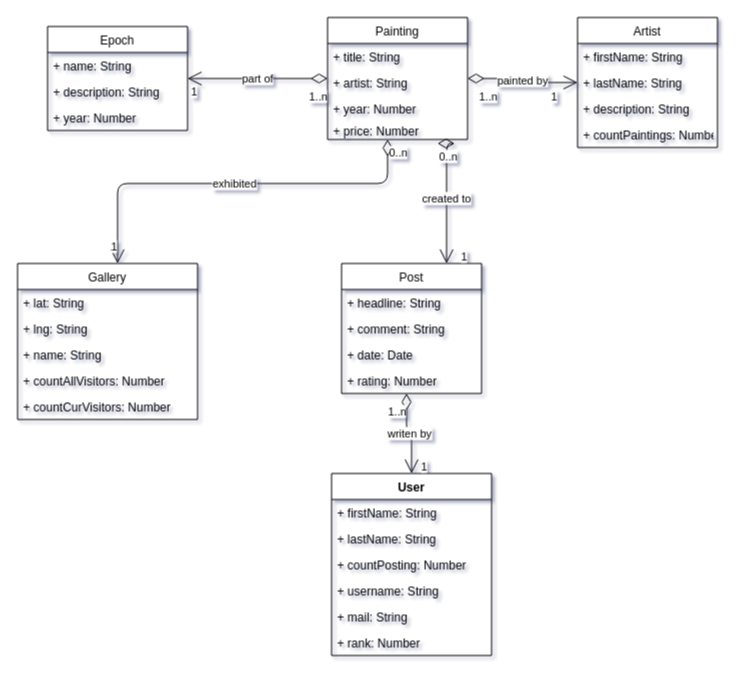
Above: diagrams/schemas.drawio in KonsumGandalf/AsteoBackend (draw.io), before the change. Source tidied: cells renumbered, new cells numbered last; positions are measured from the earlier drawing's top-left corner, leaving out a move shared by most shapes. Both pictures are drawn from the tidied source at 100%, with x=0, y=0 at pixel (17, 17).
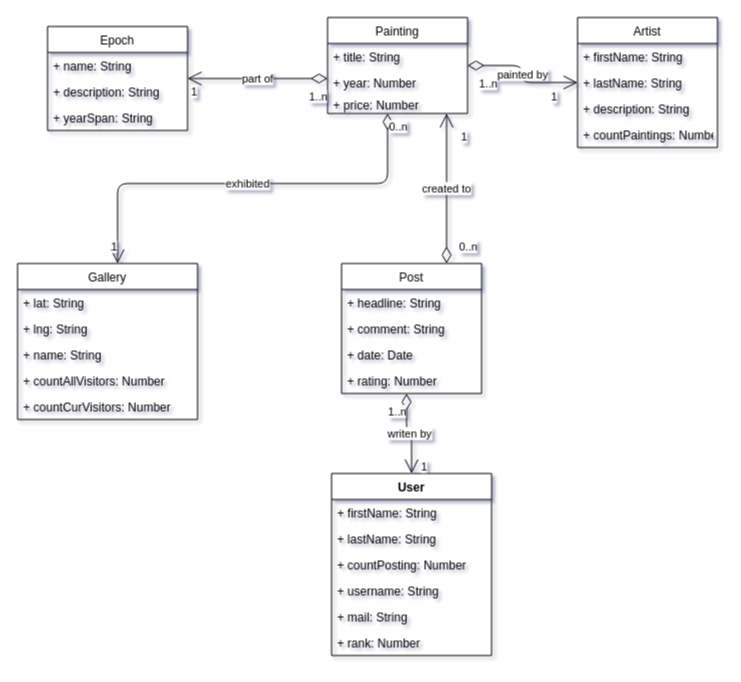
Above is the later version.

Unchanged cells that the change refers to:
```xml
<mxCell id="7" value="Epoch" style="swimlane;fontStyle=0;horizontal=1;startSize=26;fillColor=default;" parent="1" vertex="1">
  <mxGeometry x="30" y="9" width="140" height="104" as="geometry" />
</mxCell>
<mxCell id="29" value="Post" style="swimlane;fontStyle=0;horizontal=1;startSize=26;fillColor=default;" parent="1" vertex="1">
  <mxGeometry x="324" y="246" width="140" height="130" as="geometry" />
</mxCell>
```

Change to the diagram source:
```diff
@@
     <mxCell id="2" value="Painting" style="swimlane;fontStyle=0;horizontal=1;startSize=26;fillColor=default;" parent="1" vertex="1">
-      <mxGeometry x="310" width="140" height="122" as="geometry" />
+      <mxGeometry x="310" width="140" height="96" as="geometry" />
     </mxCell>
@@
-    <mxCell id="4" value="+ artist: String" style="text;strokeColor=none;fillColor=none;align=left;verticalAlign=top;spacingLeft=4;spacingRight=4;overflow=hidden;" parent="2" vertex="1">
-      <mxGeometry y="52" width="140" height="26" as="geometry" />
-    </mxCell>
     <mxCell id="5" value="+ year: Number&#10;" style="text;strokeColor=none;fillColor=none;align=left;verticalAlign=top;spacingLeft=4;spacingRight=4;overflow=hidden;" parent="2" vertex="1">
-      <mxGeometry y="78" width="140" height="22" as="geometry" />
+      <mxGeometry y="52" width="140" height="22" as="geometry" />
     </mxCell>
     <mxCell id="6" value="+ price: Number&#10;" style="text;strokeColor=none;fillColor=none;align=left;verticalAlign=top;spacingLeft=4;spacingRight=4;overflow=hidden;points=[[0,0.5],[1,0.5]];portConstraint=eastwest;" parent="2" vertex="1">
-      <mxGeometry y="100" width="140" height="22" as="geometry" />
+      <mxGeometry y="74" width="140" height="22" as="geometry" />
     </mxCell>
@@
-    <mxCell id="10" value="+ year: Number" style="text;strokeColor=none;fillColor=none;align=left;verticalAlign=top;spacingLeft=4;spacingRight=4;overflow=hidden;" parent="7" vertex="1">
+    <mxCell id="10" value="+ yearSpan: String" style="text;strokeColor=none;fillColor=none;align=left;verticalAlign=top;spacingLeft=4;spacingRight=4;overflow=hidden;" parent="7" vertex="1">
       <mxGeometry y="78" width="140" height="26" as="geometry" />
     </mxCell>
@@
-    <mxCell id="46" value="created to" style="endArrow=open;html=1;endSize=12;startArrow=diamondThin;startSize=14;startFill=0;edgeStyle=orthogonalEdgeStyle;exitX=0.786;exitY=1.182;exitDx=0;exitDy=0;exitPerimeter=0;entryX=0.75;entryY=0;entryDx=0;entryDy=0;" parent="1" edge="1" source="6" target="29">
+    <mxCell id="46" value="created to" style="endArrow=open;html=1;endSize=12;startArrow=diamondThin;startSize=14;startFill=0;edgeStyle=orthogonalEdgeStyle;" parent="1" edge="1" source="29" target="2">
       <mxGeometry relative="1" as="geometry">
         <Array as="points">
-          <mxPoint x="429" y="126" />
+          <mxPoint x="429" y="196" />
+          <mxPoint x="429" y="196" />
         </Array>
       </mxGeometry>
     </mxCell>
     <mxCell id="47" value="0..n" style="edgeLabel;html=1;align=left;verticalAlign=top;fillColor=default;" parent="46" vertex="1">
-      <mxGeometry x="-1" relative="1" as="geometry" />
+      <mxGeometry x="-1" relative="1" as="geometry">
+        <mxPoint x="11" y="-30" as="offset" />
+      </mxGeometry>
     </mxCell>
     <mxCell id="48" value="1" style="edgeLabel;html=1;align=right;verticalAlign=top;fillColor=default;" parent="46" vertex="1">
       <mxGeometry x="1" relative="1" as="geometry">
-        <mxPoint x="21" y="-20" as="offset" />
+        <mxPoint x="21" y="10" as="offset" />
       </mxGeometry>
     </mxCell>
```
